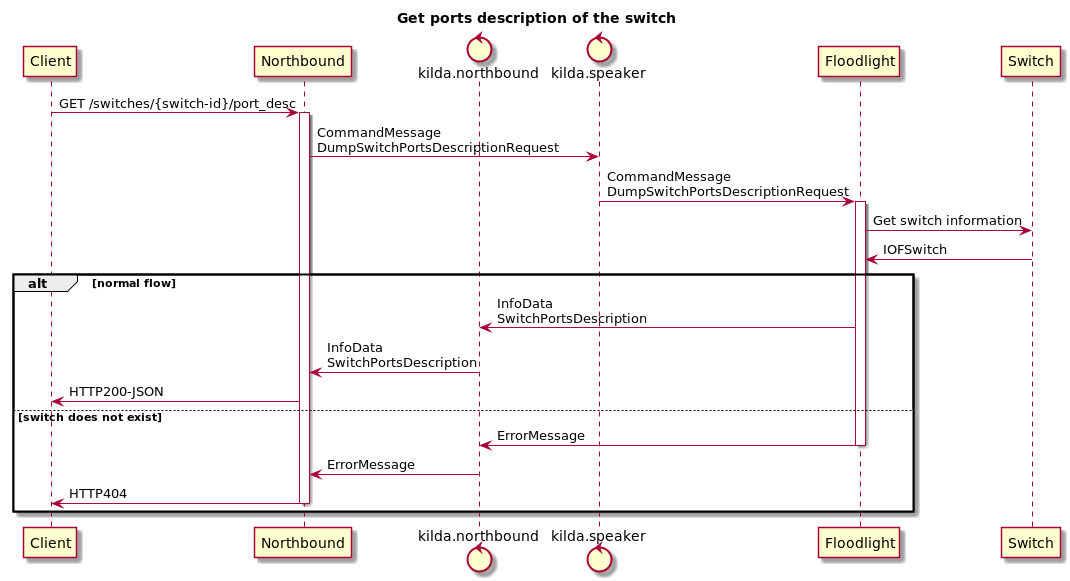
Earlier version of the PlantUML export docs/design/usecase/switch-get-ports-description.png (telstra/open-kilda). Its diagram source:
```plantuml
@startuml
title Get ports description of the switch

participant Client

participant Northbound

control kilda.northbound
control kilda.speaker

participant Floodlight

participant Switch

Client -> Northbound : GET /switches/{switch-id}/port_desc

activate Northbound
Northbound -> kilda.speaker: CommandMessage\nDumpSwitchPortsDescriptionRequest

kilda.speaker -> Floodlight: CommandMessage\nDumpSwitchPortsDescriptionRequest
activate Floodlight
Floodlight -> Switch: Get switch information
Switch -> Floodlight: IOFSwitch
alt normal flow
    Floodlight -> kilda.northbound: InfoData\nSwitchPortsDescription
    kilda.northbound -> Northbound: InfoData\nSwitchPortsDescription
    Northbound -> Client: HTTP200-JSON
    else switch does not exist
    Floodlight -> kilda.northbound: ErrorMessage
    deactivate Floodlight
    kilda.northbound -> Northbound: ErrorMessage
    Northbound -> Client: HTTP404
    deactivate Northbound
end

@enduml
```
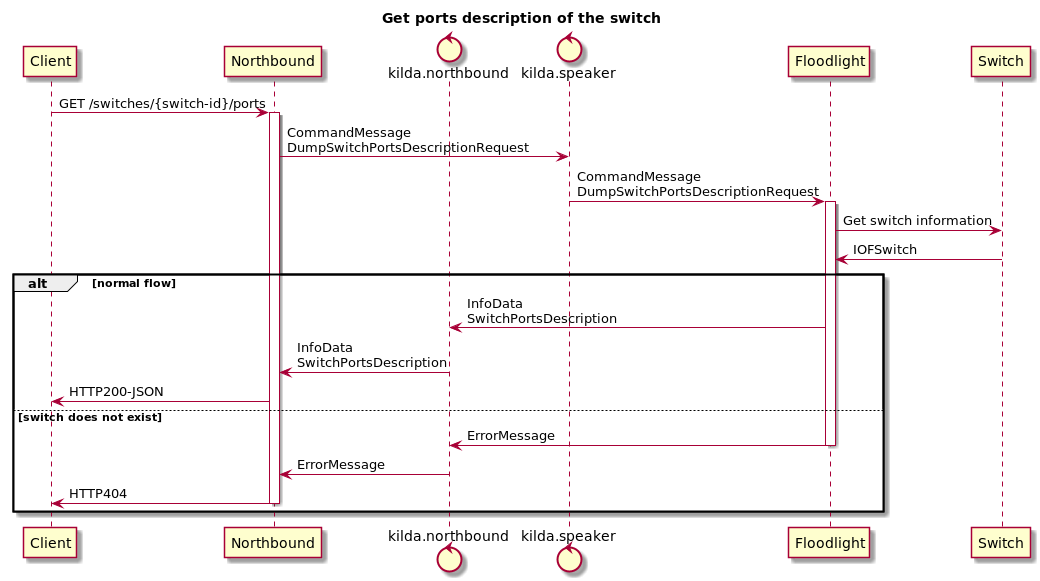
After the commit.

Commit message:
Fix endpoints in docs "Get ports description"

Change to the diagram source:
```diff
@@ -12,7 +12,7 @@
 
 participant Switch
 
-Client -> Northbound : GET /switches/{switch-id}/port_desc
+Client -> Northbound : GET /switches/{switch-id}/ports
 
 activate Northbound
 Northbound -> kilda.speaker: CommandMessage\nDumpSwitchPortsDescriptionRequest
```
